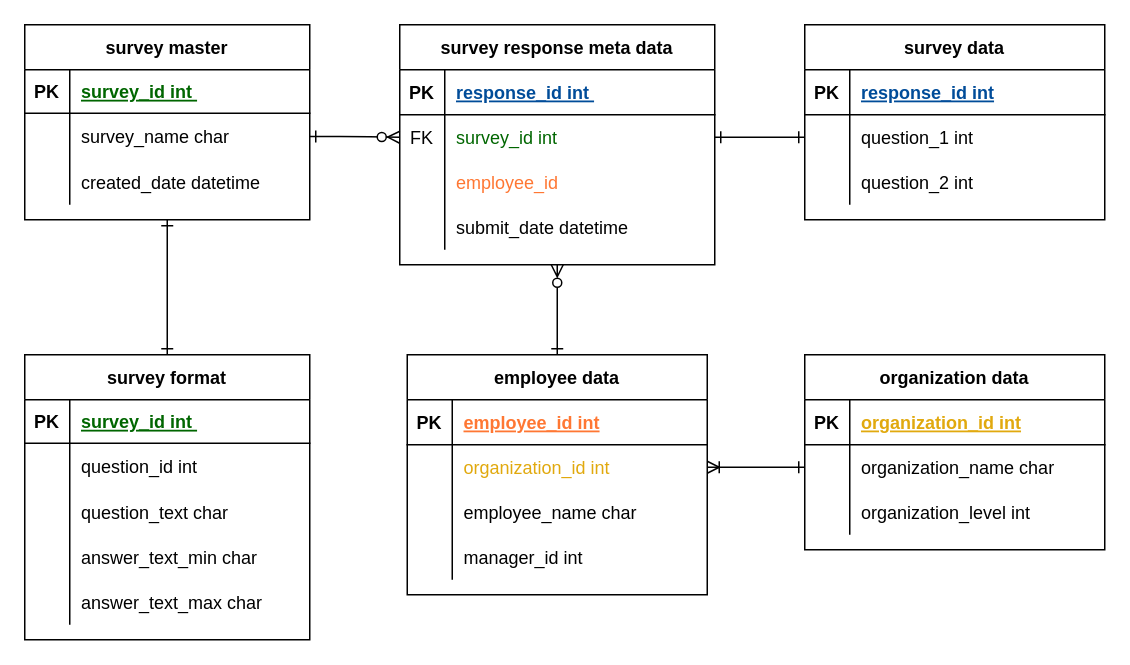
This is BI_projects/GHR1on1/GHR_1on1_ER.drawio from tiffley/openCV, a draw.io file, before an edit. Source tidied: cells renumbered, new cells numbered last; positions are measured from the earlier drawing's top-left corner, leaving out a move shared by most shapes. Both pictures are drawn from the tidied source at 150%, with x=0, y=0 at pixel (24, 24).
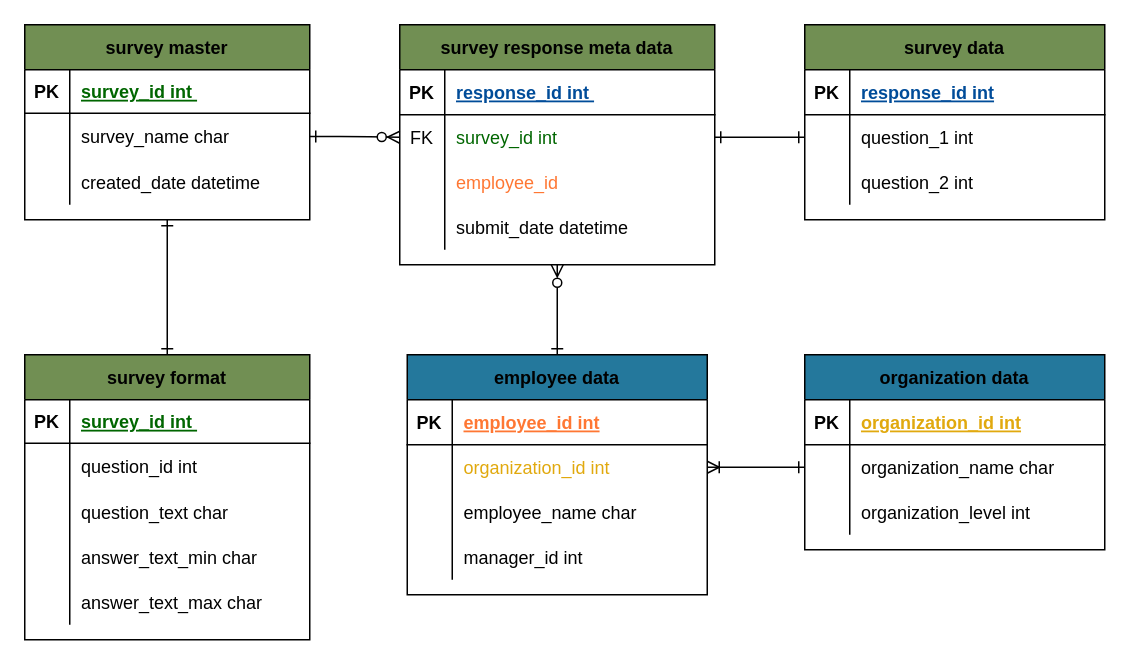
The same diagram, later.

What changed in the source:
```diff
@@
-    <mxCell id="4" value="survey response meta data" style="shape=table;startSize=30;childLayout=tableLayout;rowLines=0;fontStyle=1;align=center;" parent="1" vertex="1">
+    <mxCell id="4" value="survey response meta data" style="shape=table;startSize=30;childLayout=tableLayout;rowLines=0;fontStyle=1;align=center;fillColor=#718F53;" parent="1" vertex="1">
       <mxGeometry x="250" width="210" height="160" as="geometry" />
     </mxCell>
@@
-    <mxCell id="17" value="survey data" style="shape=table;startSize=30;childLayout=tableLayout;rowLines=0;fontStyle=1;align=center;" parent="1" vertex="1">
+    <mxCell id="17" value="survey data" style="shape=table;startSize=30;childLayout=tableLayout;rowLines=0;fontStyle=1;align=center;fillColor=#718F53;" parent="1" vertex="1">
       <mxGeometry x="520" width="200" height="130" as="geometry" />
     </mxCell>
@@
-    <mxCell id="28" value="survey master" style="shape=table;startSize=30;childLayout=tableLayout;rowLines=0;fontStyle=1;align=center;" parent="1" vertex="1">
+    <mxCell id="28" value="survey master" style="shape=table;startSize=30;childLayout=tableLayout;rowLines=0;fontStyle=1;align=center;fillColor=#718F53;" parent="1" vertex="1">
       <mxGeometry width="190" height="130" as="geometry" />
     </mxCell>
@@
-    <mxCell id="38" value="organization data" style="shape=table;startSize=30;childLayout=tableLayout;rowLines=0;fontStyle=1;align=center;" parent="1" vertex="1">
+    <mxCell id="38" value="organization data" style="shape=table;startSize=30;childLayout=tableLayout;rowLines=0;fontStyle=1;align=center;fillColor=#24789C;" parent="1" vertex="1">
       <mxGeometry x="520" y="220" width="200" height="130" as="geometry" />
     </mxCell>
@@
-    <mxCell id="48" value="employee data" style="shape=table;startSize=30;childLayout=tableLayout;rowLines=0;fontStyle=1;align=center;" parent="1" vertex="1">
+    <mxCell id="48" value="employee data" style="shape=table;startSize=30;childLayout=tableLayout;rowLines=0;fontStyle=1;align=center;fillColor=#24789C;" parent="1" vertex="1">
       <mxGeometry x="255" y="220" width="200" height="160" as="geometry" />
     </mxCell>
@@
-    <mxCell id="63" value="survey format" style="shape=table;startSize=30;childLayout=tableLayout;rowLines=0;fontStyle=1;align=center;" parent="1" vertex="1">
+    <mxCell id="63" value="survey format" style="shape=table;startSize=30;childLayout=tableLayout;rowLines=0;fontStyle=1;align=center;fillColor=#718F53;" parent="1" vertex="1">
       <mxGeometry y="220" width="190" height="190" as="geometry" />
     </mxCell>
```
